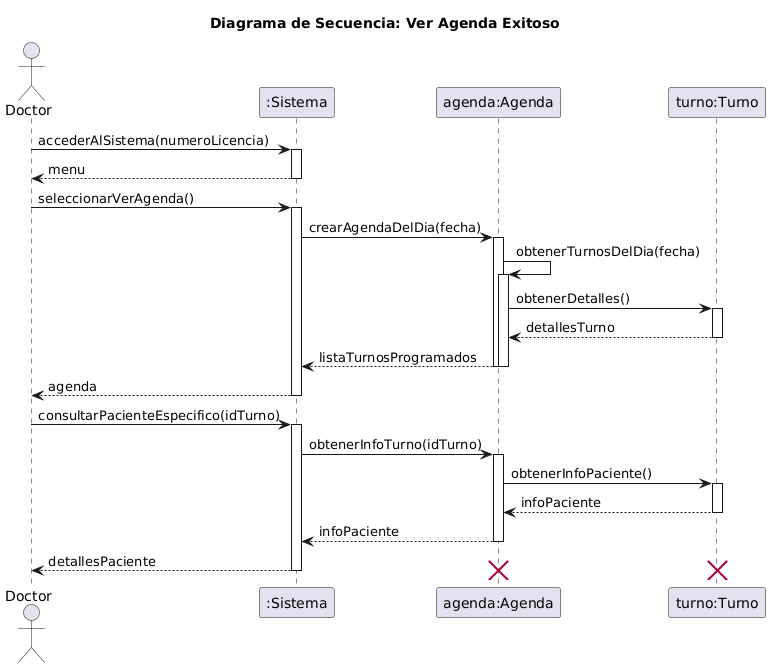
Before: diagramas/05-diagramas-secuencia/05-secuencia-ver-agenda-ver-agenda-exitoso-05.png, a diagram exported from PlantUML (FacundoGuiraldes/SistemaTurnosMedicos).
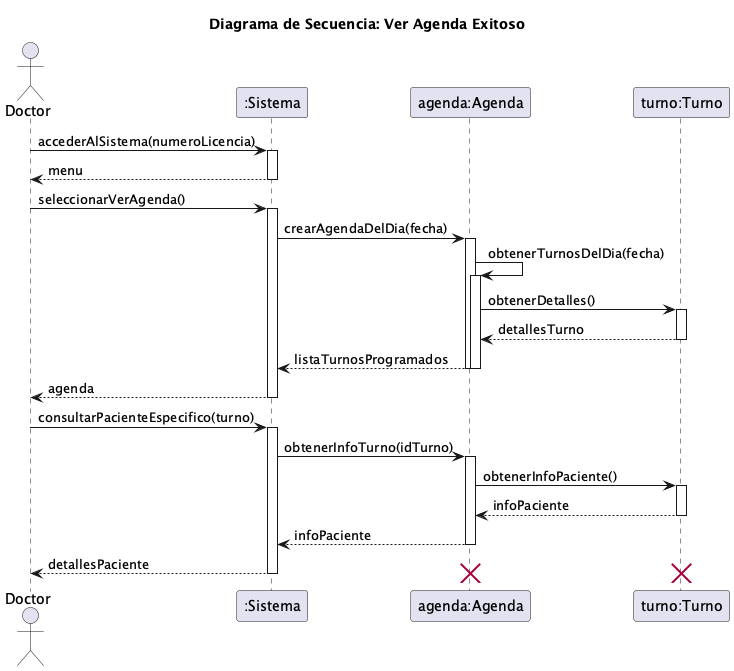
The same file after the commit.

Commit message:
fix(diagramas): usar turno en lugar de idTurno en secuencia CU05 (RCN9)

Corrige consultarPacienteEspecifico según el nivel de abstracción UML de la materia.

The edit, as a diff of the source:
```diff
@@ -27,7 +27,7 @@
 sistema --> Doctor: agenda
 deactivate sistema
 
-Doctor -> sistema: consultarPacienteEspecifico(idTurno)
+Doctor -> sistema: consultarPacienteEspecifico(turno)
 activate sistema
 sistema -> agenda: obtenerInfoTurno(idTurno)
 activate agenda
```
